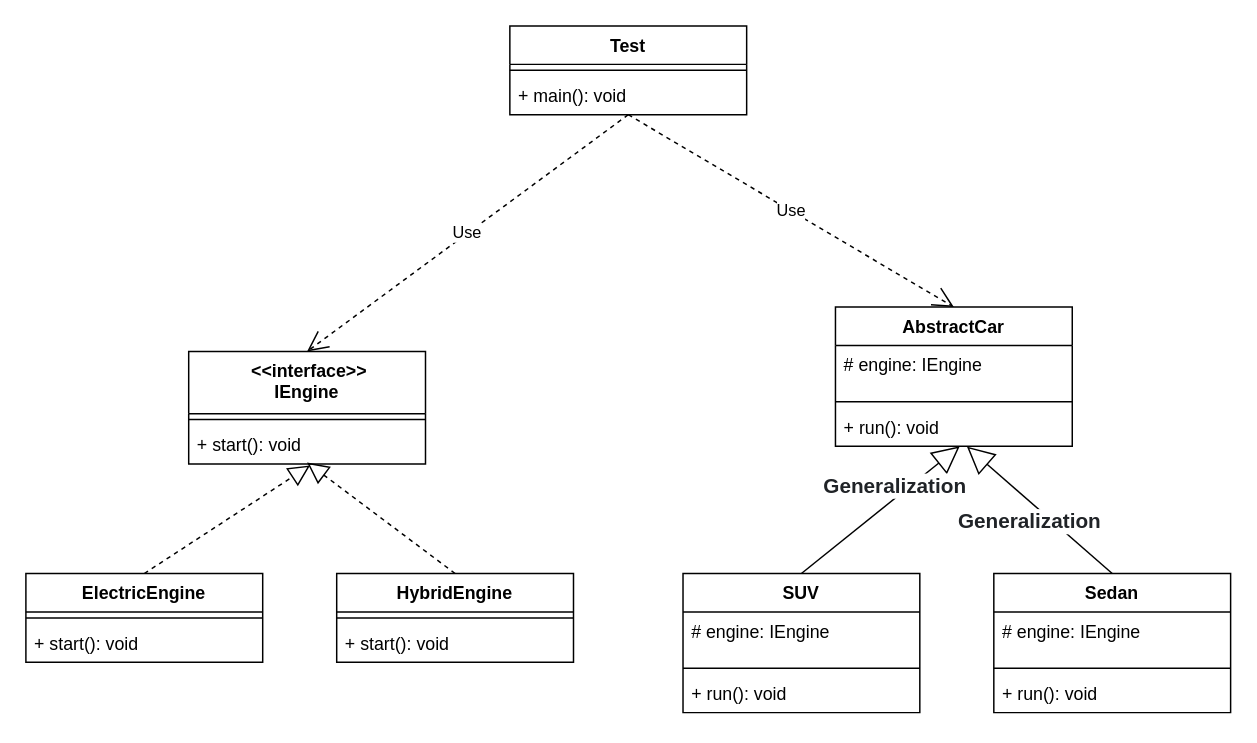
The draw.io diagram design-pattern/src/main/resources/bridge.drawio in Jackson-zhanganbing/spring-test, before the edit. Source tidied: cells renumbered, new cells numbered last; positions are measured from the earlier drawing's top-left corner, leaving out a move shared by most shapes. Both pictures are drawn from the tidied source at 148%, with x=0, y=0 at pixel (25, 25).
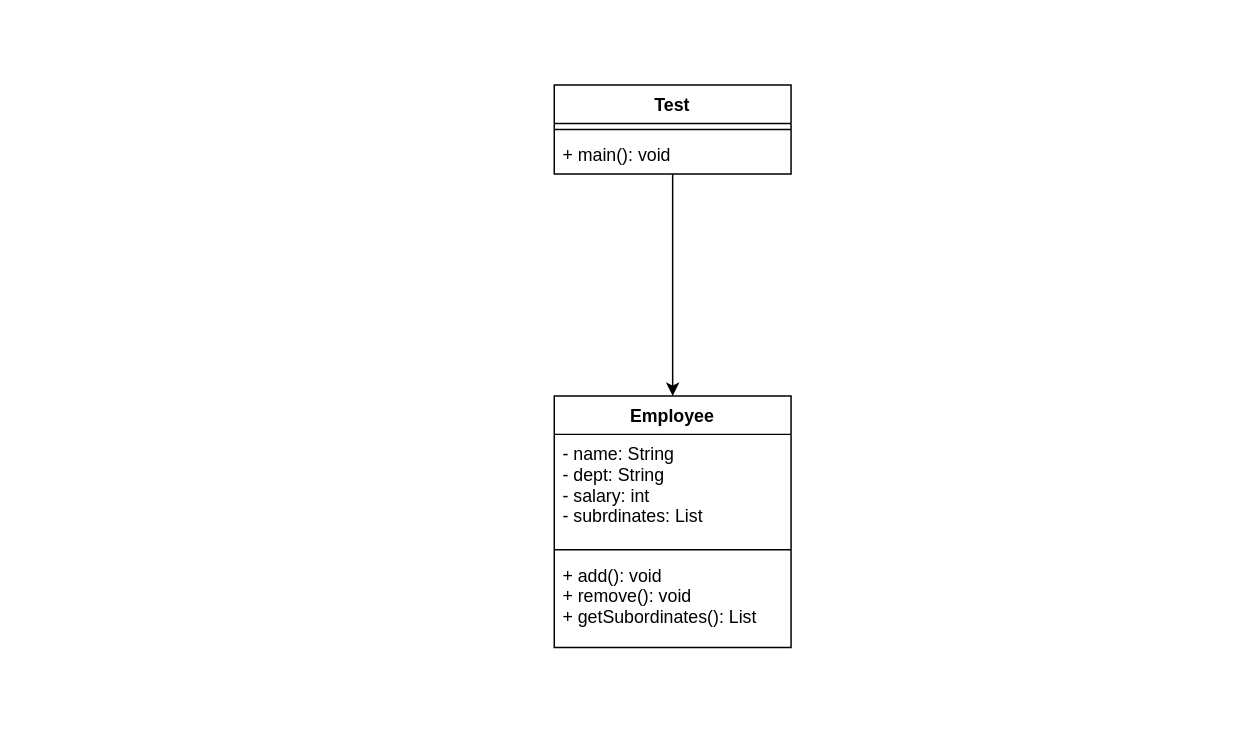
After the change.

Unchanged cells that the change refers to:
```xml
<mxCell id="29" value="+ main(): void" style="text;strokeColor=none;fillColor=none;align=left;verticalAlign=top;spacingLeft=4;spacingRight=4;overflow=hidden;points=[[0,0.5],[1,0.5]];portConstraint=eastwest;" parent="27" vertex="1">
  <mxGeometry y="34" width="160" height="26" as="geometry" />
</mxCell>
```

Change to the diagram source:
```diff
@@
-    <mxCell id="2" value=" &lt;&lt;interface&gt;&gt;&#10;IEngine" style="swimlane;fontStyle=1;align=center;verticalAlign=top;horizontal=1;startSize=42;" parent="1" vertex="1">
-      <mxGeometry x="110" y="220" width="160" height="76" as="geometry" />
-    </mxCell>
-    <mxCell id="3" style="line;strokeWidth=1;fillColor=none;align=left;verticalAlign=middle;spacingTop=-1;spacingLeft=3;spacingRight=3;labelPosition=right;" parent="2" vertex="1">
-      <mxGeometry y="42" width="160" height="8" as="geometry" />
-    </mxCell>
-    <mxCell id="4" value="+ start(): void" style="text;strokeColor=none;fillColor=none;align=left;verticalAlign=top;spacingLeft=4;spacingRight=4;overflow=hidden;points=[[0,0.5],[1,0.5]];portConstraint=eastwest;" parent="2" vertex="1">
-      <mxGeometry y="50" width="160" height="26" as="geometry" />
-    </mxCell>
-    <mxCell id="5" value="ElectricEngine" style="swimlane;fontStyle=1;align=center;verticalAlign=top;horizontal=1;startSize=26;" parent="1" vertex="1">
-      <mxGeometry y="370" width="160" height="60" as="geometry" />
-    </mxCell>
-    <mxCell id="6" style="line;strokeWidth=1;fillColor=none;align=left;verticalAlign=middle;spacingTop=-1;spacingLeft=3;spacingRight=3;labelPosition=right;" parent="5" vertex="1">
-      <mxGeometry y="26" width="160" height="8" as="geometry" />
-    </mxCell>
-    <mxCell id="7" value="+ start(): void" style="text;strokeColor=none;fillColor=none;align=left;verticalAlign=top;spacingLeft=4;spacingRight=4;overflow=hidden;" parent="5" vertex="1">
-      <mxGeometry y="34" width="160" height="26" as="geometry" />
-    </mxCell>
-    <mxCell id="8" value="HybridEngine" style="swimlane;fontStyle=1;align=center;verticalAlign=top;horizontal=1;startSize=26;" parent="1" vertex="1">
-      <mxGeometry x="210" y="370" width="160" height="60" as="geometry" />
-    </mxCell>
-    <mxCell id="9" style="line;strokeWidth=1;fillColor=none;align=left;verticalAlign=middle;spacingTop=-1;spacingLeft=3;spacingRight=3;labelPosition=right;" parent="8" vertex="1">
-      <mxGeometry y="26" width="160" height="8" as="geometry" />
-    </mxCell>
-    <mxCell id="10" value="+ start(): void" style="text;strokeColor=none;fillColor=none;align=left;verticalAlign=top;spacingLeft=4;spacingRight=4;overflow=hidden;" parent="8" vertex="1">
-      <mxGeometry y="34" width="160" height="26" as="geometry" />
-    </mxCell>
-    <mxCell id="11" style="endArrow=block;dashed=1;endFill=0;endSize=12;html=1;exitX=0.5;exitY=0;exitDx=0;exitDy=0;" parent="1" edge="1" source="5">
-      <mxGeometry relative="1" as="geometry">
-        <mxPoint x="192" y="297" as="targetPoint" />
-      </mxGeometry>
-    </mxCell>
-    <mxCell id="12" style="endArrow=block;dashed=1;endFill=0;endSize=12;html=1;exitX=0.5;exitY=0;exitDx=0;exitDy=0;entryX=0.5;entryY=0.962;entryDx=0;entryDy=0;entryPerimeter=0;" parent="1" edge="1" source="8" target="4">
-      <mxGeometry relative="1" as="geometry" />
-    </mxCell>
-    <mxCell id="13" value="SUV" style="swimlane;fontStyle=1;align=center;verticalAlign=top;horizontal=1;startSize=26;" parent="1" vertex="1">
-      <mxGeometry x="444" y="370" width="160" height="94" as="geometry" />
-    </mxCell>
-    <mxCell id="14" value="# engine: IEngine" style="text;strokeColor=none;fillColor=none;align=left;verticalAlign=top;spacingLeft=4;spacingRight=4;overflow=hidden;" parent="13" vertex="1">
-      <mxGeometry y="26" width="160" height="34" as="geometry" />
-    </mxCell>
-    <mxCell id="15" style="line;strokeWidth=1;fillColor=none;align=left;verticalAlign=middle;spacingTop=-1;spacingLeft=3;spacingRight=3;labelPosition=right;" parent="13" vertex="1">
-      <mxGeometry y="60" width="160" height="8" as="geometry" />
-    </mxCell>
-    <mxCell id="16" value="+ run(): void" style="text;strokeColor=none;fillColor=none;align=left;verticalAlign=top;spacingLeft=4;spacingRight=4;overflow=hidden;" parent="13" vertex="1">
-      <mxGeometry y="68" width="160" height="26" as="geometry" />
-    </mxCell>
-    <mxCell id="17" value="Sedan" style="swimlane;fontStyle=1;align=center;verticalAlign=top;horizontal=1;startSize=26;" parent="1" vertex="1">
-      <mxGeometry x="654" y="370" width="160" height="94" as="geometry" />
+    <mxCell id="17" value="Employee" style="swimlane;fontStyle=1;align=center;verticalAlign=top;horizontal=1;startSize=26;" parent="1" vertex="1">
+      <mxGeometry x="357" y="250" width="160" height="170" as="geometry" />
     </mxCell>
-    <mxCell id="18" value="# engine: IEngine" style="text;strokeColor=none;fillColor=none;align=left;verticalAlign=top;spacingLeft=4;spacingRight=4;overflow=hidden;" parent="17" vertex="1">
-      <mxGeometry y="26" width="160" height="34" as="geometry" />
+    <mxCell id="18" value="- name: String&#10;- dept: String&#10;- salary: int&#10;- subrdinates: List" style="text;strokeColor=none;fillColor=none;align=left;verticalAlign=top;spacingLeft=4;spacingRight=4;overflow=hidden;" parent="17" vertex="1">
+      <mxGeometry y="26" width="160" height="74" as="geometry" />
     </mxCell>
     <mxCell id="19" style="line;strokeWidth=1;fillColor=none;align=left;verticalAlign=middle;spacingTop=-1;spacingLeft=3;spacingRight=3;labelPosition=right;" parent="17" vertex="1">
-      <mxGeometry y="60" width="160" height="8" as="geometry" />
+      <mxGeometry y="100" width="160" height="8" as="geometry" />
     </mxCell>
-    <mxCell id="20" value="+ run(): void" style="text;strokeColor=none;fillColor=none;align=left;verticalAlign=top;spacingLeft=4;spacingRight=4;overflow=hidden;" parent="17" vertex="1">
-      <mxGeometry y="68" width="160" height="26" as="geometry" />
+    <mxCell id="20" value="+ add(): void&#10;+ remove(): void&#10;+ getSubordinates(): List&#10;" style="text;strokeColor=none;fillColor=none;align=left;verticalAlign=top;spacingLeft=4;spacingRight=4;overflow=hidden;" parent="17" vertex="1">
+      <mxGeometry y="108" width="160" height="62" as="geometry" />
     </mxCell>
-    <mxCell id="21" value="AbstractCar" style="swimlane;fontStyle=1;align=center;verticalAlign=top;horizontal=1;startSize=26;" parent="1" vertex="1">
-      <mxGeometry x="547" y="190" width="160" height="94" as="geometry" />
-    </mxCell>
-    <mxCell id="22" value="# engine: IEngine" style="text;strokeColor=none;fillColor=none;align=left;verticalAlign=top;spacingLeft=4;spacingRight=4;overflow=hidden;" parent="21" vertex="1">
-      <mxGeometry y="26" width="160" height="34" as="geometry" />
-    </mxCell>
-    <mxCell id="23" style="line;strokeWidth=1;fillColor=none;align=left;verticalAlign=middle;spacingTop=-1;spacingLeft=3;spacingRight=3;labelPosition=right;" parent="21" vertex="1">
-      <mxGeometry y="60" width="160" height="8" as="geometry" />
-    </mxCell>
-    <mxCell id="24" value="+ run(): void" style="text;strokeColor=none;fillColor=none;align=left;verticalAlign=top;spacingLeft=4;spacingRight=4;overflow=hidden;points=[[0,0.5],[1,0.5]];portConstraint=eastwest;" parent="21" vertex="1">
-      <mxGeometry y="68" width="160" height="26" as="geometry" />
-    </mxCell>
-    <mxCell id="25" value="&lt;span style=&quot;box-sizing: border-box ; border-width: 0px ; border-style: solid ; border-color: rgb(229 , 231 , 235) ; margin: 0px ; padding: 0px ; font-weight: bolder ; color: rgb(32 , 35 , 39) ; font-family: , , &amp;#34;segoe ui&amp;#34; , &amp;#34;roboto&amp;#34; , &amp;#34;helvetica neue&amp;#34; , &amp;#34;arial&amp;#34; , &amp;#34;noto sans&amp;#34; , sans-serif , &amp;#34;apple color emoji&amp;#34; , &amp;#34;segoe ui emoji&amp;#34; , &amp;#34;segoe ui symbol&amp;#34; , &amp;#34;noto color emoji&amp;#34; ; font-size: 14px ; text-align: left ; white-space: normal&quot;&gt;Generalization&lt;/span&gt;" style="endArrow=block;endSize=16;endFill=0;html=1;entryX=0.525;entryY=1.001;entryDx=0;entryDy=0;entryPerimeter=0;exitX=0.5;exitY=0;exitDx=0;exitDy=0;" parent="1" edge="1" source="13" target="24">
-      <mxGeometry x="0.26" y="7" relative="1" as="geometry" />
-    </mxCell>
-    <mxCell id="26" value="&lt;span style=&quot;box-sizing: border-box ; border-width: 0px ; border-style: solid ; border-color: rgb(229 , 231 , 235) ; margin: 0px ; padding: 0px ; font-weight: bolder ; color: rgb(32 , 35 , 39) ; font-family: , , &amp;#34;segoe ui&amp;#34; , &amp;#34;roboto&amp;#34; , &amp;#34;helvetica neue&amp;#34; , &amp;#34;arial&amp;#34; , &amp;#34;noto sans&amp;#34; , sans-serif , &amp;#34;apple color emoji&amp;#34; , &amp;#34;segoe ui emoji&amp;#34; , &amp;#34;segoe ui symbol&amp;#34; , &amp;#34;noto color emoji&amp;#34; ; font-size: 14px ; text-align: left ; white-space: normal&quot;&gt;Generalization&lt;/span&gt;" style="endArrow=block;endSize=16;endFill=0;html=1;exitX=0.5;exitY=0;exitDx=0;exitDy=0;entryX=0.555;entryY=1.009;entryDx=0;entryDy=0;entryPerimeter=0;" parent="1" edge="1" source="17" target="24">
-      <mxGeometry y="10" relative="1" as="geometry" />
-    </mxCell>
+    <mxCell id="32" style="rounded=0;jettySize=auto;html=1;" parent="1" edge="1" source="27" target="17">
+      <mxGeometry relative="1" as="geometry" />
+    </mxCell>
     <mxCell id="27" value="Test" style="swimlane;fontStyle=1;align=center;verticalAlign=top;horizontal=1;startSize=26;" parent="1" vertex="1">
-      <mxGeometry x="327" width="160" height="60" as="geometry" />
+      <mxGeometry x="357" y="40" width="160" height="60" as="geometry" />
     </mxCell>
@@
-    <mxCell id="30" value="Use" style="endArrow=open;endSize=12;dashed=1;html=1;entryX=0.5;entryY=0;entryDx=0;entryDy=0;exitX=0.5;exitY=1;exitDx=0;exitDy=0;exitPerimeter=0;" parent="1" edge="1" source="29" target="2">
-      <mxGeometry relative="1" as="geometry" />
-    </mxCell>
-    <mxCell id="31" value="Use" style="endArrow=open;endSize=12;dashed=1;html=1;entryX=0.5;entryY=0;entryDx=0;entryDy=0;" parent="1" edge="1" target="21">
-      <mxGeometry relative="1" as="geometry">
-        <mxPoint x="407" y="60" as="sourcePoint" />
-      </mxGeometry>
-    </mxCell>
```
